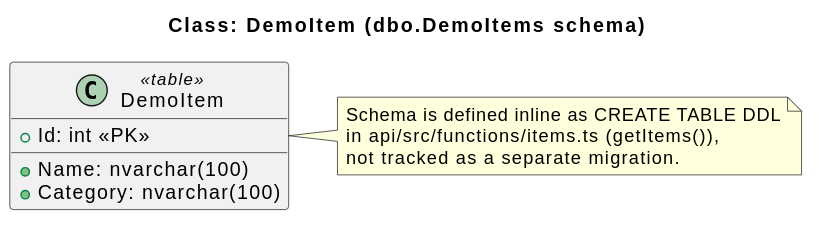
The PlantUML diagram uml/structure/1-class.svg in wolffy-au/frictionless-sample-azure, before a commit.
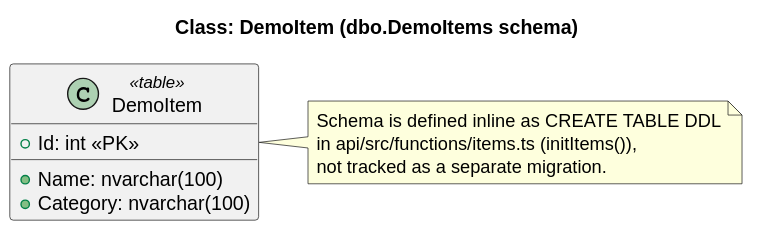
Above is the later version.

Change to the diagram source:
```diff
@@ -9,7 +9,7 @@
 
 note right of DemoItem
   Schema is defined inline as CREATE TABLE DDL
-  in api/src/functions/items.ts (getItems()),
+  in api/src/functions/items.ts (initItems()),
   not tracked as a separate migration.
 end note
 @enduml
```
